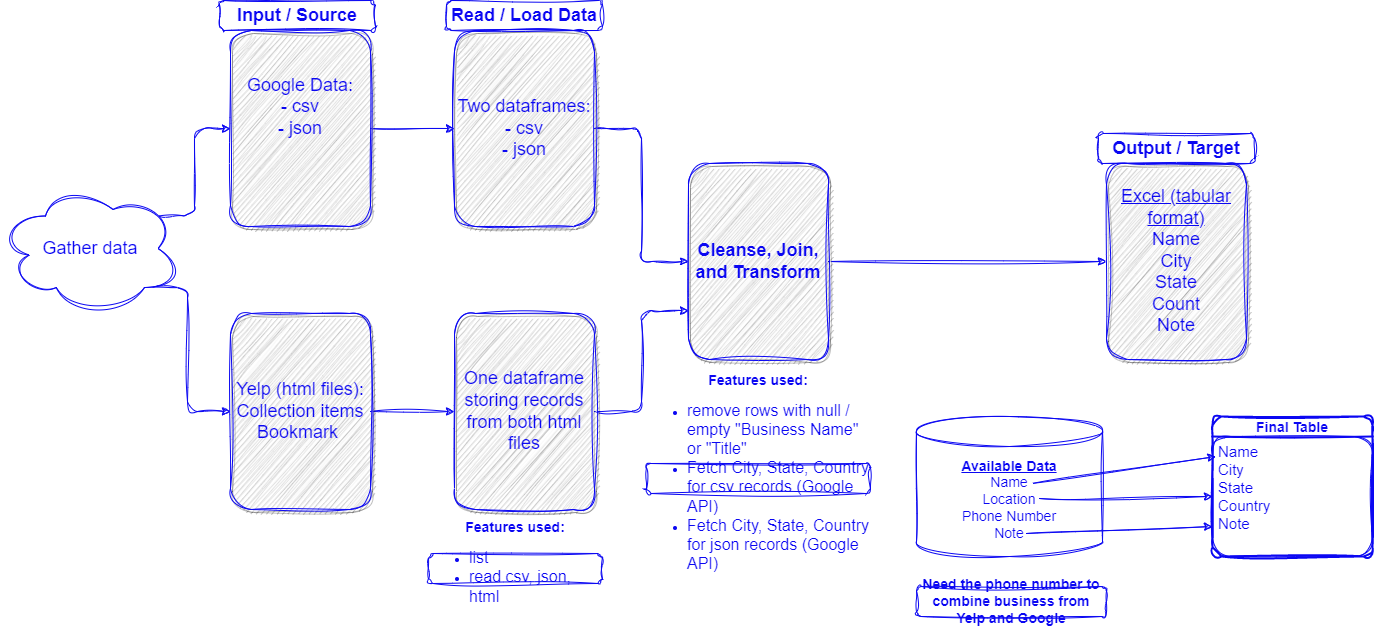
Before: Project Diagram.drawio.png, a diagram exported from draw.io (mary-vo/my-google-and-yelp-places). Source tidied: cells renumbered, new cells last; positions are measured from the earlier drawing's top-left corner, leaving out a move shared by most shapes.
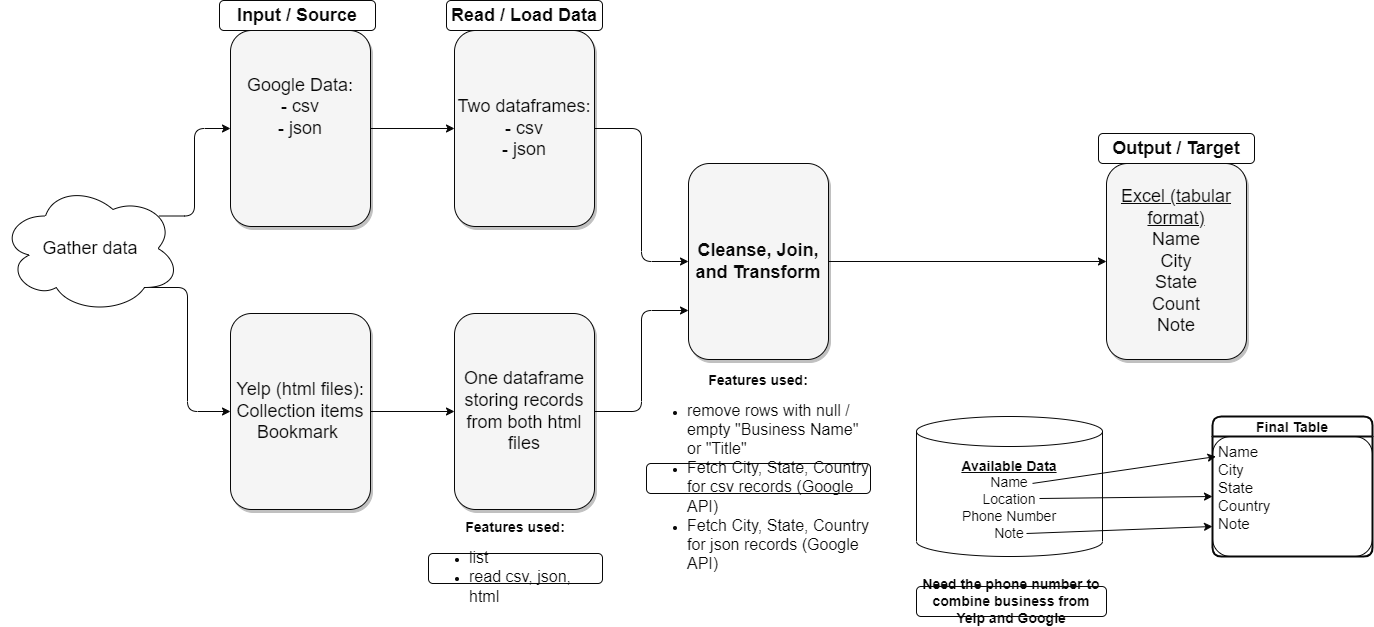
Later version of the same file.

The edit, as a diff of the source:
```diff
@@ -2,86 +2,86 @@
   <root>
     <mxCell id="0" style="html=1;" />
     <mxCell id="1" style="html=1;" parent="0" />
-    <mxCell id="2" style="edgeStyle=none;rounded=1;jettySize=auto;html=1;exitX=1;exitY=0.5;exitDx=0;exitDy=0;entryX=0;entryY=0.5;entryDx=0;entryDy=0;sketch=1;curveFitting=1;jiggle=2;strokeColor=#0b07f2;fontColor=#0b07f2;" parent="1" edge="1" source="3" target="8">
+    <mxCell id="2" style="edgeStyle=none;rounded=1;jettySize=auto;html=1;exitX=1;exitY=0.5;exitDx=0;exitDy=0;entryX=0;entryY=0.5;entryDx=0;entryDy=0;strokeColor=#080808;fontColor=#080808;" parent="1" edge="1" source="3" target="8">
       <mxGeometry relative="1" as="geometry" />
     </mxCell>
-    <mxCell id="3" value="Google Data:&lt;br style=&quot;border-color: var(--border-color);&quot;&gt;- csv&lt;br&gt;- json&lt;br&gt;&lt;br&gt;&amp;nbsp;" style="whiteSpace=wrap;html=1;shadow=1;fontSize=18;fillColor=#f5f5f5;strokeColor=#0b07f2;rounded=1;sketch=1;curveFitting=1;jiggle=2;fontColor=#0b07f2;" parent="1" vertex="1">
+    <mxCell id="3" value="Google Data:&lt;br style=&quot;border-color: var(--border-color);&quot;&gt;- csv&lt;br&gt;- json&lt;br&gt;&lt;br&gt;&amp;nbsp;" style="whiteSpace=wrap;html=1;shadow=1;fontSize=18;fillColor=#f5f5f5;strokeColor=#080808;rounded=1;fontColor=#080808;" parent="1" vertex="1">
       <mxGeometry x="230" y="30" width="140" height="196" as="geometry" />
     </mxCell>
-    <mxCell id="4" value="&lt;b&gt;Input / Source&lt;/b&gt;" style="text;strokeColor=#0b07f2;align=center;fillColor=none;html=1;verticalAlign=middle;whiteSpace=wrap;rounded=1;fontSize=18;sketch=1;curveFitting=1;jiggle=2;fontColor=#0b07f2;" parent="1" vertex="1">
+    <mxCell id="4" value="&lt;b&gt;Input / Source&lt;/b&gt;" style="text;strokeColor=#080808;align=center;fillColor=none;html=1;verticalAlign=middle;whiteSpace=wrap;rounded=1;fontSize=18;fontColor=#080808;" parent="1" vertex="1">
       <mxGeometry x="219" width="156" height="30" as="geometry" />
     </mxCell>
-    <mxCell id="5" style="edgeStyle=orthogonalEdgeStyle;rounded=1;jettySize=auto;html=1;exitX=1;exitY=0.5;exitDx=0;exitDy=0;entryX=0;entryY=0.5;entryDx=0;entryDy=0;sketch=1;curveFitting=1;jiggle=2;strokeColor=#0b07f2;fontColor=#0b07f2;" parent="1" edge="1" source="6" target="10">
+    <mxCell id="5" style="edgeStyle=orthogonalEdgeStyle;rounded=1;jettySize=auto;html=1;exitX=1;exitY=0.5;exitDx=0;exitDy=0;entryX=0;entryY=0.5;entryDx=0;entryDy=0;strokeColor=#080808;fontColor=#080808;" parent="1" edge="1" source="6" target="10">
       <mxGeometry relative="1" as="geometry" />
     </mxCell>
-    <mxCell id="6" value="Yelp (html files):&lt;br&gt;Collection items&lt;br&gt;Bookmark&amp;nbsp;" style="whiteSpace=wrap;html=1;shadow=1;fontSize=18;fillColor=#f5f5f5;strokeColor=#0b07f2;rounded=1;sketch=1;curveFitting=1;jiggle=2;fontColor=#0b07f2;" parent="1" vertex="1">
+    <mxCell id="6" value="Yelp (html files):&lt;br&gt;Collection items&lt;br&gt;Bookmark&amp;nbsp;" style="whiteSpace=wrap;html=1;shadow=1;fontSize=18;fillColor=#f5f5f5;strokeColor=#080808;rounded=1;fontColor=#080808;" parent="1" vertex="1">
       <mxGeometry x="230" y="313" width="140" height="196" as="geometry" />
     </mxCell>
-    <mxCell id="7" style="edgeStyle=orthogonalEdgeStyle;rounded=1;jettySize=auto;html=1;exitX=1;exitY=0.5;exitDx=0;exitDy=0;entryX=0;entryY=0.5;entryDx=0;entryDy=0;sketch=1;curveFitting=1;jiggle=2;strokeColor=#0b07f2;fontColor=#0b07f2;" parent="1" edge="1" source="8" target="12">
+    <mxCell id="7" style="edgeStyle=orthogonalEdgeStyle;rounded=1;jettySize=auto;html=1;exitX=1;exitY=0.5;exitDx=0;exitDy=0;entryX=0;entryY=0.5;entryDx=0;entryDy=0;strokeColor=#080808;fontColor=#080808;" parent="1" edge="1" source="8" target="12">
       <mxGeometry relative="1" as="geometry" />
     </mxCell>
-    <mxCell id="8" value="Two dataframes:&lt;br&gt;- csv&lt;br&gt;- json" style="whiteSpace=wrap;html=1;shadow=1;fontSize=18;fillColor=#f5f5f5;strokeColor=#0b07f2;rounded=1;sketch=1;curveFitting=1;jiggle=2;fontColor=#0b07f2;" parent="1" vertex="1">
+    <mxCell id="8" value="Two dataframes:&lt;br&gt;- csv&lt;br&gt;- json" style="whiteSpace=wrap;html=1;shadow=1;fontSize=18;fillColor=#f5f5f5;strokeColor=#080808;rounded=1;fontColor=#080808;" parent="1" vertex="1">
       <mxGeometry x="454" y="30" width="140" height="196" as="geometry" />
     </mxCell>
-    <mxCell id="9" style="edgeStyle=orthogonalEdgeStyle;rounded=1;jettySize=auto;html=1;exitX=1;exitY=0.5;exitDx=0;exitDy=0;entryX=0;entryY=0.75;entryDx=0;entryDy=0;sketch=1;curveFitting=1;jiggle=2;strokeColor=#0b07f2;fontColor=#0b07f2;" parent="1" edge="1" source="10" target="12">
+    <mxCell id="9" style="edgeStyle=orthogonalEdgeStyle;rounded=1;jettySize=auto;html=1;exitX=1;exitY=0.5;exitDx=0;exitDy=0;entryX=0;entryY=0.75;entryDx=0;entryDy=0;strokeColor=#080808;fontColor=#080808;" parent="1" edge="1" source="10" target="12">
       <mxGeometry relative="1" as="geometry" />
     </mxCell>
-    <mxCell id="10" value="One dataframe&lt;br&gt;storing records from both html files" style="whiteSpace=wrap;html=1;shadow=1;fontSize=18;fillColor=#f5f5f5;strokeColor=#0b07f2;rounded=1;sketch=1;curveFitting=1;jiggle=2;fontColor=#0b07f2;" parent="1" vertex="1">
+    <mxCell id="10" value="One dataframe&lt;br&gt;storing records from both html files" style="whiteSpace=wrap;html=1;shadow=1;fontSize=18;fillColor=#f5f5f5;strokeColor=#080808;rounded=1;fontColor=#080808;" parent="1" vertex="1">
       <mxGeometry x="454" y="313" width="140" height="196" as="geometry" />
     </mxCell>
-    <mxCell id="11" style="edgeStyle=orthogonalEdgeStyle;rounded=1;jettySize=auto;html=1;exitX=1;exitY=0.5;exitDx=0;exitDy=0;sketch=1;curveFitting=1;jiggle=2;strokeColor=#0b07f2;fontColor=#0b07f2;" parent="1" edge="1" source="12" target="13">
+    <mxCell id="11" style="edgeStyle=orthogonalEdgeStyle;rounded=1;jettySize=auto;html=1;exitX=1;exitY=0.5;exitDx=0;exitDy=0;strokeColor=#080808;fontColor=#080808;" parent="1" edge="1" source="12" target="13">
       <mxGeometry relative="1" as="geometry" />
     </mxCell>
-    <mxCell id="12" value="&lt;b&gt;Cleanse, Join, and Transform&lt;/b&gt;" style="whiteSpace=wrap;html=1;shadow=1;fontSize=18;fillColor=#f5f5f5;strokeColor=#0b07f2;rounded=1;sketch=1;curveFitting=1;jiggle=2;fontColor=#0b07f2;" parent="1" vertex="1">
+    <mxCell id="12" value="&lt;b&gt;Cleanse, Join, and Transform&lt;/b&gt;" style="whiteSpace=wrap;html=1;shadow=1;fontSize=18;fillColor=#f5f5f5;strokeColor=#080808;rounded=1;fontColor=#080808;" parent="1" vertex="1">
       <mxGeometry x="688" y="163" width="140" height="196" as="geometry" />
     </mxCell>
-    <mxCell id="13" value="&lt;span style=&quot;text-decoration-line: underline;&quot;&gt;Excel (tabular format)&lt;/span&gt;&lt;br&gt;Name&lt;br&gt;City&lt;br&gt;State&lt;br&gt;Count&lt;br&gt;Note" style="whiteSpace=wrap;html=1;shadow=1;fontSize=18;fillColor=#f5f5f5;strokeColor=#0b07f2;rounded=1;sketch=1;curveFitting=1;jiggle=2;fontColor=#0b07f2;" parent="1" vertex="1">
+    <mxCell id="13" value="&lt;span style=&quot;text-decoration-line: underline;&quot;&gt;Excel (tabular format)&lt;/span&gt;&lt;br&gt;Name&lt;br&gt;City&lt;br&gt;State&lt;br&gt;Count&lt;br&gt;Note" style="whiteSpace=wrap;html=1;shadow=1;fontSize=18;fillColor=#f5f5f5;strokeColor=#080808;rounded=1;fontColor=#080808;" parent="1" vertex="1">
       <mxGeometry x="1106" y="163" width="140" height="196" as="geometry" />
     </mxCell>
-    <mxCell id="14" style="edgeStyle=elbowEdgeStyle;rounded=1;jettySize=auto;html=1;exitX=0.88;exitY=0.25;exitDx=0;exitDy=0;exitPerimeter=0;entryX=0;entryY=0.5;entryDx=0;entryDy=0;sketch=1;curveFitting=1;jiggle=2;strokeColor=#0b07f2;fontColor=#0b07f2;" parent="1" edge="1" source="16" target="3">
+    <mxCell id="14" style="edgeStyle=elbowEdgeStyle;rounded=1;jettySize=auto;html=1;exitX=0.88;exitY=0.25;exitDx=0;exitDy=0;exitPerimeter=0;entryX=0;entryY=0.5;entryDx=0;entryDy=0;strokeColor=#080808;fontColor=#080808;" parent="1" edge="1" source="16" target="3">
       <mxGeometry relative="1" as="geometry" />
     </mxCell>
-    <mxCell id="15" style="edgeStyle=elbowEdgeStyle;rounded=1;jettySize=auto;html=1;exitX=0.8;exitY=0.8;exitDx=0;exitDy=0;exitPerimeter=0;entryX=0;entryY=0.5;entryDx=0;entryDy=0;sketch=1;curveFitting=1;jiggle=2;strokeColor=#0b07f2;fontColor=#0b07f2;" parent="1" edge="1" source="16" target="6">
+    <mxCell id="15" style="edgeStyle=elbowEdgeStyle;rounded=1;jettySize=auto;html=1;exitX=0.8;exitY=0.8;exitDx=0;exitDy=0;exitPerimeter=0;entryX=0;entryY=0.5;entryDx=0;entryDy=0;strokeColor=#080808;fontColor=#080808;" parent="1" edge="1" source="16" target="6">
       <mxGeometry relative="1" as="geometry" />
     </mxCell>
-    <mxCell id="16" value="&lt;font style=&quot;font-size: 18px;&quot;&gt;Gather data&lt;/font&gt;" style="ellipse;shape=cloud;whiteSpace=wrap;html=1;rounded=1;sketch=1;curveFitting=1;jiggle=2;strokeColor=#0b07f2;fontColor=#0b07f2;" parent="1" vertex="1">
+    <mxCell id="16" value="&lt;font style=&quot;font-size: 18px;&quot;&gt;Gather data&lt;/font&gt;" style="ellipse;shape=cloud;whiteSpace=wrap;html=1;rounded=1;strokeColor=#080808;fontColor=#080808;" parent="1" vertex="1">
       <mxGeometry y="183" width="180" height="130" as="geometry" />
     </mxCell>
-    <mxCell id="17" value="&lt;b&gt;Read / Load Data&lt;/b&gt;" style="text;strokeColor=#0b07f2;align=center;fillColor=none;html=1;verticalAlign=middle;whiteSpace=wrap;rounded=1;fontSize=18;sketch=1;curveFitting=1;jiggle=2;fontColor=#0b07f2;" parent="1" vertex="1">
+    <mxCell id="17" value="&lt;b&gt;Read / Load Data&lt;/b&gt;" style="text;strokeColor=#080808;align=center;fillColor=none;html=1;verticalAlign=middle;whiteSpace=wrap;rounded=1;fontSize=18;fontColor=#080808;" parent="1" vertex="1">
       <mxGeometry x="446" width="156" height="30" as="geometry" />
     </mxCell>
-    <mxCell id="18" value="&lt;b&gt;Output / Target&lt;/b&gt;" style="text;strokeColor=#0b07f2;align=center;fillColor=none;html=1;verticalAlign=middle;whiteSpace=wrap;rounded=1;fontSize=18;sketch=1;curveFitting=1;jiggle=2;fontColor=#0b07f2;" parent="1" vertex="1">
+    <mxCell id="18" value="&lt;b&gt;Output / Target&lt;/b&gt;" style="text;strokeColor=#080808;align=center;fillColor=none;html=1;verticalAlign=middle;whiteSpace=wrap;rounded=1;fontSize=18;fontColor=#080808;" parent="1" vertex="1">
       <mxGeometry x="1098" y="133" width="156" height="30" as="geometry" />
     </mxCell>
-    <mxCell id="19" value="&lt;font style=&quot;font-size: 14px;&quot;&gt;&lt;b&gt;&lt;u&gt;Available Data&lt;/u&gt;&lt;/b&gt;&lt;br&gt;Name&lt;br&gt;Location&lt;br&gt;Phone Number&lt;br&gt;Note&lt;br&gt;&lt;/font&gt;" style="shape=cylinder3;whiteSpace=wrap;html=1;boundedLbl=1;backgroundOutline=1;size=15;rounded=1;sketch=1;curveFitting=1;jiggle=2;strokeColor=#0b07f2;fontColor=#0b07f2;" parent="1" vertex="1">
+    <mxCell id="19" value="&lt;font style=&quot;font-size: 14px;&quot;&gt;&lt;b&gt;&lt;u&gt;Available Data&lt;/u&gt;&lt;/b&gt;&lt;br&gt;Name&lt;br&gt;Location&lt;br&gt;Phone Number&lt;br&gt;Note&lt;br&gt;&lt;/font&gt;" style="shape=cylinder3;whiteSpace=wrap;html=1;boundedLbl=1;backgroundOutline=1;size=15;rounded=1;strokeColor=#080808;fontColor=#080808;" parent="1" vertex="1">
       <mxGeometry x="916" y="416" width="186" height="140" as="geometry" />
     </mxCell>
-    <mxCell id="20" value="Final Table" style="swimlane;horizontal=1;startSize=20;rounded=1;fontSize=14;fontStyle=1;strokeWidth=2;shadow=0;dashed=0;align=center;sketch=1;curveFitting=1;jiggle=2;strokeColor=#0b07f2;fontColor=#0b07f2;" parent="1" vertex="1">
+    <mxCell id="20" value="Final Table" style="swimlane;horizontal=1;startSize=20;rounded=1;fontSize=14;fontStyle=1;strokeWidth=2;shadow=0;dashed=0;align=center;strokeColor=#080808;fontColor=#080808;" parent="1" vertex="1">
       <mxGeometry x="1212" y="416" width="160" height="140" as="geometry" />
     </mxCell>
-    <mxCell id="21" value="Name&#10;City&#10;State&#10;Country&#10;Note" style="align=left;strokeColor=#0b07f2;fillColor=none;spacingLeft=4;fontSize=15;verticalAlign=top;rounded=1;sketch=1;curveFitting=1;jiggle=2;fontColor=#0b07f2;" parent="20" vertex="1">
+    <mxCell id="21" value="Name&#10;City&#10;State&#10;Country&#10;Note" style="align=left;strokeColor=#080808;fillColor=none;spacingLeft=4;fontSize=15;verticalAlign=top;rounded=1;fontColor=#080808;" parent="20" vertex="1">
       <mxGeometry y="20" width="160" height="120" as="geometry" />
     </mxCell>
-    <mxCell id="22" style="endArrow=classic;html=1;rounded=1;fontSize=14;entryX=0;entryY=0.5;entryDx=0;entryDy=0;sketch=1;curveFitting=1;jiggle=2;strokeColor=#0b07f2;fontColor=#0b07f2;" parent="1" edge="1" target="21">
+    <mxCell id="22" style="endArrow=classic;html=1;rounded=1;fontSize=14;entryX=0;entryY=0.5;entryDx=0;entryDy=0;strokeColor=#080808;fontColor=#080808;" parent="1" edge="1" target="21">
       <mxGeometry relative="1" as="geometry">
         <mxPoint x="1039" y="498" as="sourcePoint" />
       </mxGeometry>
     </mxCell>
-    <mxCell id="23" style="endArrow=classic;html=1;rounded=1;fontSize=14;exitX=0.624;exitY=0.478;exitDx=0;exitDy=0;exitPerimeter=0;entryX=0.022;entryY=0.167;entryDx=0;entryDy=0;entryPerimeter=0;sketch=1;curveFitting=1;jiggle=2;strokeColor=#0b07f2;fontColor=#0b07f2;" parent="1" edge="1" source="19" target="21">
+    <mxCell id="23" style="endArrow=classic;html=1;rounded=1;fontSize=14;exitX=0.624;exitY=0.478;exitDx=0;exitDy=0;exitPerimeter=0;entryX=0.022;entryY=0.167;entryDx=0;entryDy=0;entryPerimeter=0;strokeColor=#080808;fontColor=#080808;" parent="1" edge="1" source="19" target="21">
       <mxGeometry relative="1" as="geometry" />
     </mxCell>
-    <mxCell id="24" style="endArrow=classic;html=1;rounded=1;fontSize=14;entryX=0;entryY=0.75;entryDx=0;entryDy=0;sketch=1;curveFitting=1;jiggle=2;strokeColor=#0b07f2;fontColor=#0b07f2;" parent="1" edge="1" target="21">
+    <mxCell id="24" style="endArrow=classic;html=1;rounded=1;fontSize=14;entryX=0;entryY=0.75;entryDx=0;entryDy=0;strokeColor=#080808;fontColor=#080808;" parent="1" edge="1" target="21">
       <mxGeometry relative="1" as="geometry">
         <mxPoint x="1026" y="533" as="sourcePoint" />
       </mxGeometry>
     </mxCell>
-    <mxCell id="25" value="Need the phone number to combine business from Yelp and Google" style="text;strokeColor=#0b07f2;align=center;fillColor=none;html=1;verticalAlign=middle;whiteSpace=wrap;rounded=1;fontSize=14;fontStyle=1;sketch=1;curveFitting=1;jiggle=2;fontColor=#0b07f2;" parent="1" vertex="1">
+    <mxCell id="25" value="Need the phone number to combine business from Yelp and Google" style="text;strokeColor=#080808;align=center;fillColor=none;html=1;verticalAlign=middle;whiteSpace=wrap;rounded=1;fontSize=14;fontStyle=1;fontColor=#080808;" parent="1" vertex="1">
       <mxGeometry x="916" y="586" width="190" height="30" as="geometry" />
     </mxCell>
-    <mxCell id="26" value="&lt;font style=&quot;font-size: 14px;&quot;&gt;&lt;b&gt;Features used:&lt;/b&gt;&lt;br&gt;&lt;/font&gt;&lt;ul&gt;&lt;li style=&quot;text-align: left;&quot;&gt;&lt;font size=&quot;3&quot;&gt;remove rows with null / empty &quot;Business Name&quot; or &quot;Title&quot;&amp;nbsp;&lt;/font&gt;&lt;/li&gt;&lt;li style=&quot;text-align: left;&quot;&gt;&lt;font size=&quot;3&quot;&gt;Fetch City, State, Country for csv records (Google API)&lt;/font&gt;&lt;/li&gt;&lt;li style=&quot;border-color: var(--border-color); text-align: left;&quot;&gt;&lt;font style=&quot;border-color: var(--border-color);&quot; size=&quot;3&quot;&gt;Fetch City, State, Country for json records (Google API)&lt;/font&gt;&lt;/li&gt;&lt;/ul&gt;" style="text;strokeColor=#0b07f2;align=center;fillColor=none;html=1;verticalAlign=middle;whiteSpace=wrap;rounded=1;sketch=1;curveFitting=1;jiggle=2;fontColor=#0b07f2;" parent="1" vertex="1">
+    <mxCell id="26" value="&lt;font style=&quot;font-size: 14px;&quot;&gt;&lt;b&gt;Features used:&lt;/b&gt;&lt;br&gt;&lt;/font&gt;&lt;ul&gt;&lt;li style=&quot;text-align: left;&quot;&gt;&lt;font size=&quot;3&quot;&gt;remove rows with null / empty &quot;Business Name&quot; or &quot;Title&quot;&amp;nbsp;&lt;/font&gt;&lt;/li&gt;&lt;li style=&quot;text-align: left;&quot;&gt;&lt;font size=&quot;3&quot;&gt;Fetch City, State, Country for csv records (Google API)&lt;/font&gt;&lt;/li&gt;&lt;li style=&quot;border-color: var(--border-color); text-align: left;&quot;&gt;&lt;font style=&quot;border-color: var(--border-color);&quot; size=&quot;3&quot;&gt;Fetch City, State, Country for json records (Google API)&lt;/font&gt;&lt;/li&gt;&lt;/ul&gt;" style="text;strokeColor=#080808;align=center;fillColor=none;html=1;verticalAlign=middle;whiteSpace=wrap;rounded=1;fontColor=#080808;" parent="1" vertex="1">
       <mxGeometry x="646" y="463" width="224" height="30" as="geometry" />
     </mxCell>
-    <mxCell id="27" value="&lt;font style=&quot;font-size: 14px;&quot;&gt;&lt;b&gt;Features used:&lt;/b&gt;&lt;br&gt;&lt;/font&gt;&lt;ul&gt;&lt;li style=&quot;text-align: left;&quot;&gt;&lt;font size=&quot;3&quot;&gt;list&lt;/font&gt;&lt;/li&gt;&lt;li style=&quot;text-align: left;&quot;&gt;&lt;font size=&quot;3&quot;&gt;read csv, json, html&lt;/font&gt;&lt;/li&gt;&lt;/ul&gt;" style="text;strokeColor=#0b07f2;align=center;fillColor=none;html=1;verticalAlign=middle;whiteSpace=wrap;rounded=1;sketch=1;curveFitting=1;jiggle=2;fontColor=#0b07f2;" parent="1" vertex="1">
+    <mxCell id="27" value="&lt;font style=&quot;font-size: 14px;&quot;&gt;&lt;b&gt;Features used:&lt;/b&gt;&lt;br&gt;&lt;/font&gt;&lt;ul&gt;&lt;li style=&quot;text-align: left;&quot;&gt;&lt;font size=&quot;3&quot;&gt;list&lt;/font&gt;&lt;/li&gt;&lt;li style=&quot;text-align: left;&quot;&gt;&lt;font size=&quot;3&quot;&gt;read csv, json, html&lt;/font&gt;&lt;/li&gt;&lt;/ul&gt;" style="text;strokeColor=#080808;align=center;fillColor=none;html=1;verticalAlign=middle;whiteSpace=wrap;rounded=1;fontColor=#080808;" parent="1" vertex="1">
       <mxGeometry x="428" y="553" width="174" height="30" as="geometry" />
     </mxCell>
   </root>
```
